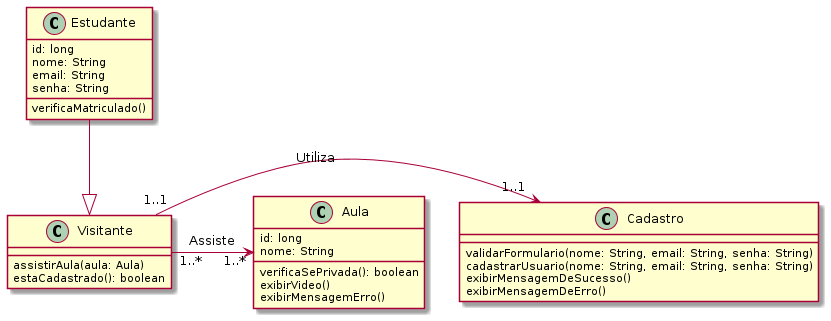
Above: diagrama_classes/out/diag_classes/diagrama_classes.png in lucasg-mm/ensinet (PlantUML), before the change. The source it was exported from:
```plantuml
@startuml diagrama_classes
class Cadastro{
    validarFormulario(nome: String, email: String, senha: String)
    cadastrarUsuario(nome: String, email: String, senha: String)
    exibirMensagemDeSucesso()
    exibirMensagemDeErro()
}

class Visitante{
    assistirAula(aula: Aula)
    estaCadastrado(): boolean
}

class Aula{
    id: long
    nome: String
    verificaSePrivada(): boolean
    exibirVideo()
    exibirMensagemErro()
}

class Estudante{
    id: long
    nome: String
    email: String
    senha: String
    verificaMatriculado()
}

Estudante--|>Visitante
Visitante"1..1"-right->"1..1"Cadastro: Utiliza
Visitante"1..*"-right->"1..*"Aula: Assiste

@enduml
```
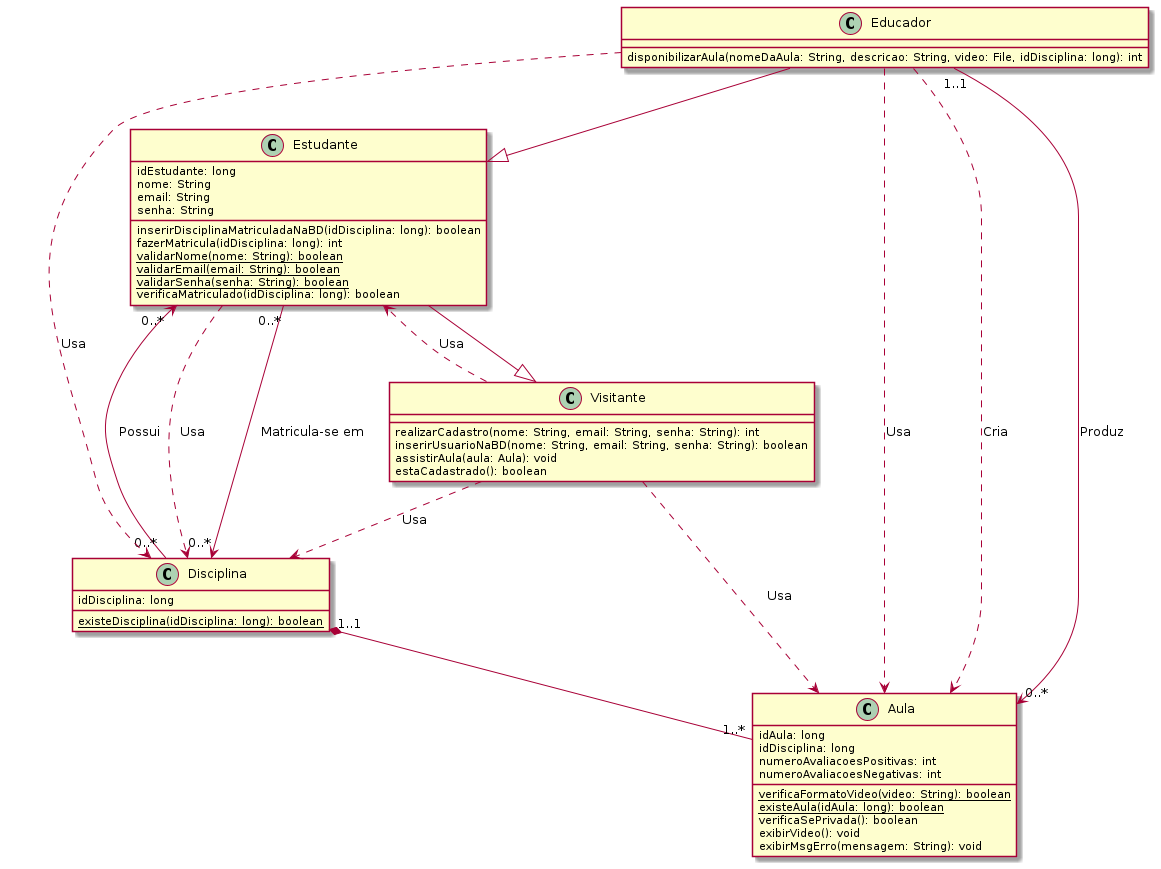
After the commit.

Commit message:
Adiciona diagrama de classes

Diff of the diagram source:
```diff
@@ -1,34 +1,59 @@
 @startuml diagrama_classes
-class Cadastro{
-    validarFormulario(nome: String, email: String, senha: String)
-    cadastrarUsuario(nome: String, email: String, senha: String)
-    exibirMensagemDeSucesso()
-    exibirMensagemDeErro()
+class Estudante{
+    idEstudante: long
+    nome: String
+    email: String
+    senha: String
+    inserirDisciplinaMatriculadaNaBD(idDisciplina: long): boolean
+    fazerMatricula(idDisciplina: long): int
+    {static}validarNome(nome: String): boolean
+    {static}validarEmail(email: String): boolean
+    {static}validarSenha(senha: String): boolean
+    verificaMatriculado(idDisciplina: long): boolean
+}
+
+class Disciplina{
+    idDisciplina: long
+    {static}existeDisciplina(idDisciplina: long): boolean
 }
 
 class Visitante{
-    assistirAula(aula: Aula)
+    realizarCadastro(nome: String, email: String, senha: String): int
+    inserirUsuarioNaBD(nome: String, email: String, senha: String): boolean
+    assistirAula(aula: Aula): void
     estaCadastrado(): boolean
 }
 
-class Aula{
-    id: long
-    nome: String
-    verificaSePrivada(): boolean
-    exibirVideo()
-    exibirMensagemErro()
+class Educador{
+    disponibilizarAula(nomeDaAula: String, descricao: String, video: File, idDisciplina: long): int
 }
 
-class Estudante{
-    id: long
-    nome: String
-    email: String
-    senha: String
-    verificaMatriculado()
+class Aula{
+    idAula: long
+    idDisciplina: long
+    numeroAvaliacoesPositivas: int
+    numeroAvaliacoesNegativas: int
+    {static}verificaFormatoVideo(video: String): boolean
+    {static}existeAula(idAula: long): boolean
+    verificaSePrivada(): boolean
+    exibirVideo(): void
+    exibirMsgErro(mensagem: String): void
 }
 
 Estudante--|>Visitante
-Visitante"1..1"-right->"1..1"Cadastro: Utiliza
-Visitante"1..*"-right->"1..*"Aula: Assiste
+Educador--|>Estudante
+
+Estudante..>Disciplina: Usa
+Educador..>Disciplina: Usa
+Educador..>Aula: Usa
+Educador..>Aula: Cria
+Visitante..>Aula: Usa
+Visitante..>Estudante: Usa
+Visitante..>Disciplina: Usa
+
+Disciplina"1..1"*--"1..*"Aula
+Disciplina"0..*"-right->"0..*"Estudante: Possui
+Estudante"0..*"-right->"0..*"Disciplina: Matricula-se em
+Educador"1..1"-right->"0..*"Aula: Produz
 
 @enduml
```
